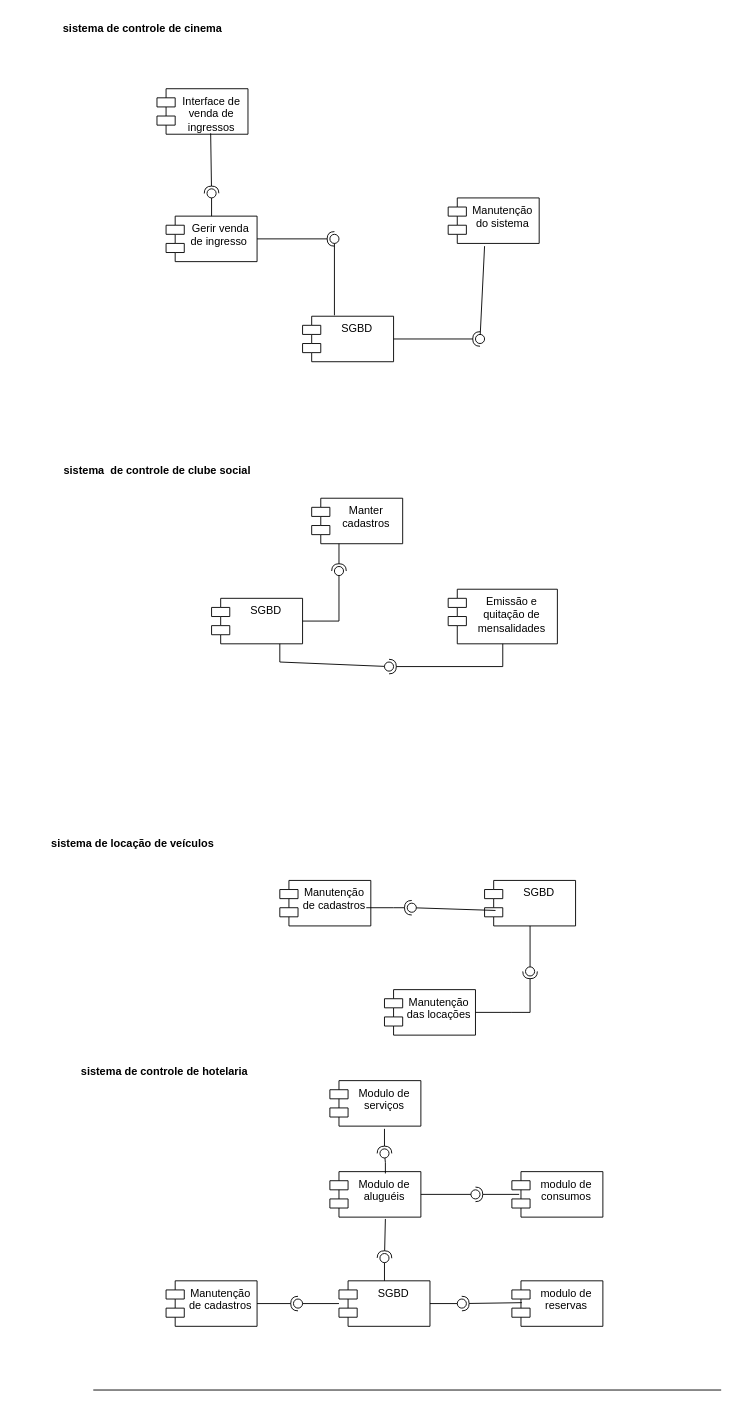
Above: eng_software/diagrama de componente/implantação.drawio in nickellen/faculdade (draw.io), before the change. Source tidied: cells renumbered, new cells numbered last; positions are measured from the earlier drawing's top-left corner, leaving out a move shared by most shapes. Both pictures are drawn from the tidied source at 91%, with x=0, y=0 at pixel (15, 15).
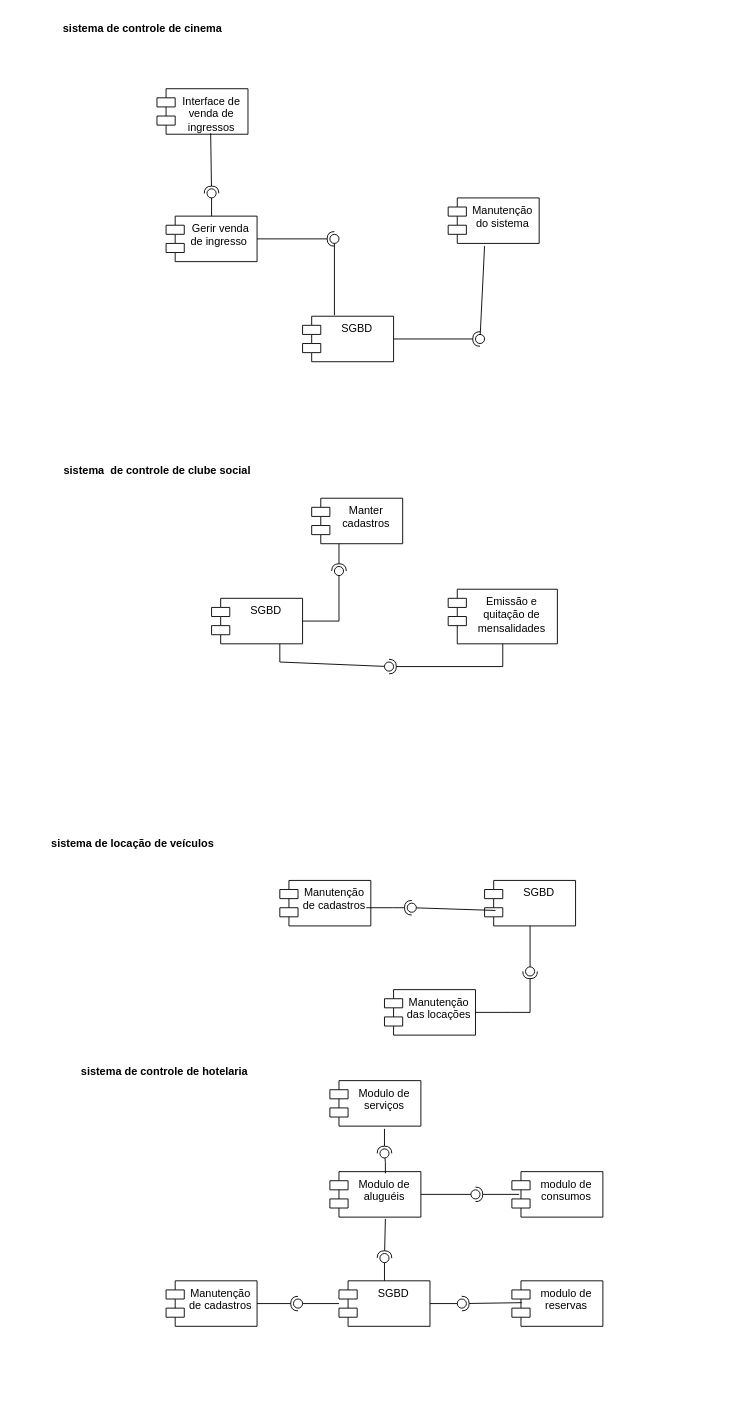
The same diagram, later.

Change to the diagram source:
```diff
@@
-    <mxCell id="59" style="endArrow=none;html=1;rounded=0;" parent="1" edge="1">
-      <mxGeometry relative="1" as="geometry">
-        <mxPoint x="85" y="1510" as="sourcePoint" />
-        <mxPoint x="775" y="1510" as="targetPoint" />
-      </mxGeometry>
-    </mxCell>
```
